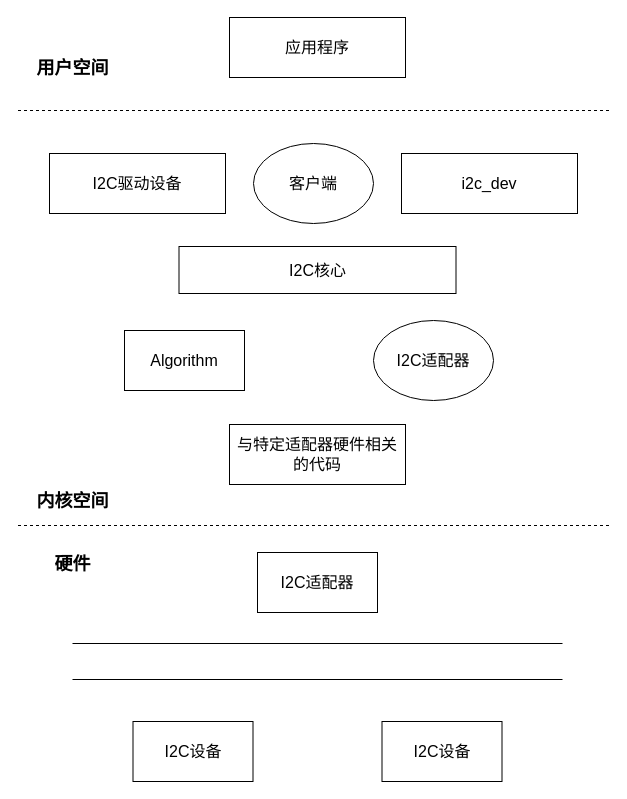
Before: img/Untitled Diagram.drawio in yangpo95/Images, a draw.io diagram. Source tidied: cells renumbered, new cells numbered last; positions are measured from the earlier drawing's top-left corner, leaving out a move shared by most shapes. Both pictures are drawn from the tidied source at 100%, with x=0, y=0 at pixel (17, 17).
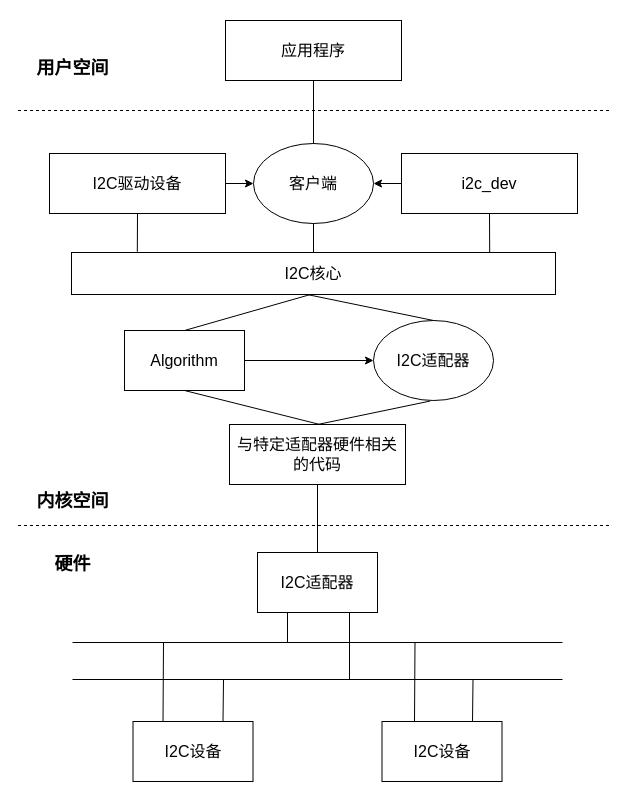
After the change.

Unchanged cells that the change refers to:
```xml
<mxCell id="4" value="&lt;font style=&quot;font-size: 16px&quot;&gt;客户端&lt;/font&gt;" style="ellipse;whiteSpace=wrap;html=1;" parent="1" vertex="1">
  <mxGeometry x="236" y="126" width="120" height="80" as="geometry" />
</mxCell>
<mxCell id="5" value="&lt;font style=&quot;font-size: 16px&quot;&gt;I2C驱动设备&lt;/font&gt;" style="rounded=0;whiteSpace=wrap;html=1;" parent="1" vertex="1">
  <mxGeometry x="32" y="136" width="176" height="60" as="geometry" />
</mxCell>
<mxCell id="6" value="&lt;font style=&quot;font-size: 16px&quot;&gt;i2c_dev&lt;/font&gt;" style="rounded=0;whiteSpace=wrap;html=1;" parent="1" vertex="1">
  <mxGeometry x="384" y="136" width="176" height="60" as="geometry" />
</mxCell>
<mxCell id="8" value="&lt;font style=&quot;font-size: 16px&quot;&gt;Algorithm&lt;/font&gt;" style="rounded=0;whiteSpace=wrap;html=1;" parent="1" vertex="1">
  <mxGeometry x="107" y="313" width="120" height="60" as="geometry" />
</mxCell>
<mxCell id="9" value="&lt;font style=&quot;font-size: 16px&quot;&gt;I2C适配器&lt;/font&gt;" style="ellipse;whiteSpace=wrap;html=1;" parent="1" vertex="1">
  <mxGeometry x="356" y="303" width="120" height="80" as="geometry" />
</mxCell>
<mxCell id="10" value="&lt;font style=&quot;font-size: 16px&quot;&gt;与特定适配器硬件相关的代码&lt;/font&gt;" style="rounded=0;whiteSpace=wrap;html=1;" parent="1" vertex="1">
  <mxGeometry x="212" y="407" width="176" height="60" as="geometry" />
</mxCell>
<mxCell id="12" value="&lt;font style=&quot;font-size: 16px&quot;&gt;I2C适配器&lt;/font&gt;" style="rounded=0;whiteSpace=wrap;html=1;" parent="1" vertex="1">
  <mxGeometry x="240" y="535" width="120" height="60" as="geometry" />
</mxCell>
<mxCell id="13" value="&lt;font style=&quot;font-size: 16px&quot;&gt;I2C设备&lt;/font&gt;" style="rounded=0;whiteSpace=wrap;html=1;" parent="1" vertex="1">
  <mxGeometry x="115.5" y="704" width="120" height="60" as="geometry" />
</mxCell>
```

Diff of the diagram source:
```diff
@@
     <mxCell id="2" value="&lt;font style=&quot;font-size: 16px&quot;&gt;应用程序&lt;/font&gt;" style="rounded=0;whiteSpace=wrap;html=1;" parent="1" vertex="1">
-      <mxGeometry x="212" width="176" height="60" as="geometry" />
+      <mxGeometry x="208" y="3" width="176" height="60" as="geometry" />
     </mxCell>
@@
+    <mxCell id="20" style="edgeStyle=orthogonalEdgeStyle;rounded=0;jettySize=auto;html=1;" parent="1" edge="1" source="5" target="4">
+      <mxGeometry relative="1" as="geometry" />
+    </mxCell>
@@
+    <mxCell id="21" style="edgeStyle=orthogonalEdgeStyle;rounded=0;jettySize=auto;html=1;" parent="1" edge="1" source="6" target="4">
+      <mxGeometry relative="1" as="geometry" />
+    </mxCell>
@@
     <mxCell id="7" value="&lt;font style=&quot;font-size: 16px&quot;&gt;I2C核心&lt;/font&gt;" style="rounded=0;whiteSpace=wrap;html=1;" parent="1" vertex="1">
-      <mxGeometry x="161.5" y="229" width="277" height="47" as="geometry" />
+      <mxGeometry x="54" y="235" width="484" height="42" as="geometry" />
     </mxCell>
+    <mxCell id="22" style="edgeStyle=orthogonalEdgeStyle;rounded=0;jettySize=auto;html=1;entryX=0;entryY=0.5;entryDx=0;entryDy=0;" parent="1" edge="1" source="8" target="9">
+      <mxGeometry relative="1" as="geometry" />
+    </mxCell>
@@
     <mxCell id="16" style="endArrow=none;html=1;" parent="1" edge="1">
       <mxGeometry relative="1" as="geometry">
-        <mxPoint x="55" y="626" as="sourcePoint" />
-        <mxPoint x="545" y="626" as="targetPoint" />
+        <mxPoint x="55" y="625" as="sourcePoint" />
+        <mxPoint x="545" y="625" as="targetPoint" />
       </mxGeometry>
     </mxCell>
@@
+    <mxCell id="23" style="endArrow=none;html=1;entryX=0.5;entryY=1;entryDx=0;entryDy=0;exitX=0.5;exitY=0;exitDx=0;exitDy=0;" parent="1" edge="1" source="4" target="2">
+      <mxGeometry relative="1" as="geometry" />
+    </mxCell>
+    <mxCell id="24" style="endArrow=none;html=1;entryX=0.5;entryY=1;entryDx=0;entryDy=0;exitX=0.5;exitY=0;exitDx=0;exitDy=0;" parent="1" edge="1" source="7" target="4">
+      <mxGeometry relative="1" as="geometry" />
+    </mxCell>
+    <mxCell id="25" style="endArrow=none;html=1;entryX=0.5;entryY=1;entryDx=0;entryDy=0;exitX=0.864;exitY=-0.006;exitDx=0;exitDy=0;exitPerimeter=0;" parent="1" edge="1" source="7" target="6">
+      <mxGeometry relative="1" as="geometry" />
+    </mxCell>
+    <mxCell id="26" style="endArrow=none;html=1;entryX=0.5;entryY=1;entryDx=0;entryDy=0;exitX=0.136;exitY=-0.018;exitDx=0;exitDy=0;exitPerimeter=0;" parent="1" edge="1" source="7" target="5">
+      <mxGeometry relative="1" as="geometry" />
+    </mxCell>
+    <mxCell id="27" style="endArrow=none;html=1;exitX=0.5;exitY=0;exitDx=0;exitDy=0;" parent="1" edge="1" source="8">
+      <mxGeometry relative="1" as="geometry">
+        <mxPoint x="293" y="277" as="targetPoint" />
+      </mxGeometry>
+    </mxCell>
+    <mxCell id="28" style="endArrow=none;html=1;exitX=0.49;exitY=1.008;exitDx=0;exitDy=0;exitPerimeter=0;entryX=0.5;entryY=0;entryDx=0;entryDy=0;" parent="1" edge="1" source="7" target="9">
+      <mxGeometry relative="1" as="geometry" />
+    </mxCell>
+    <mxCell id="29" style="endArrow=none;html=1;exitX=0.5;exitY=0;exitDx=0;exitDy=0;entryX=0.472;entryY=1.007;entryDx=0;entryDy=0;entryPerimeter=0;" parent="1" edge="1" source="10" target="9">
+      <mxGeometry relative="1" as="geometry" />
+    </mxCell>
+    <mxCell id="30" style="endArrow=none;html=1;exitX=0.511;exitY=-0.002;exitDx=0;exitDy=0;exitPerimeter=0;entryX=0.5;entryY=1;entryDx=0;entryDy=0;" parent="1" edge="1" source="10" target="8">
+      <mxGeometry relative="1" as="geometry" />
+    </mxCell>
+    <mxCell id="31" style="endArrow=none;html=1;entryX=0.5;entryY=1;entryDx=0;entryDy=0;exitX=0.5;exitY=0;exitDx=0;exitDy=0;" parent="1" edge="1" source="12" target="10">
+      <mxGeometry relative="1" as="geometry" />
+    </mxCell>
+    <mxCell id="32" style="endArrow=none;html=1;entryX=0.25;entryY=1;entryDx=0;entryDy=0;" parent="1" edge="1" target="12">
+      <mxGeometry relative="1" as="geometry">
+        <mxPoint x="270" y="625" as="sourcePoint" />
+      </mxGeometry>
+    </mxCell>
+    <mxCell id="33" style="endArrow=none;html=1;entryX=0.25;entryY=1;entryDx=0;entryDy=0;" parent="1" edge="1">
+      <mxGeometry relative="1" as="geometry">
+        <mxPoint x="332" y="662" as="sourcePoint" />
+        <mxPoint x="332" y="595" as="targetPoint" />
+      </mxGeometry>
+    </mxCell>
+    <mxCell id="34" style="endArrow=none;html=1;exitX=0.25;exitY=0;exitDx=0;exitDy=0;" parent="1" edge="1" source="13">
+      <mxGeometry relative="1" as="geometry">
+        <mxPoint x="146" y="625" as="targetPoint" />
+      </mxGeometry>
+    </mxCell>
+    <mxCell id="35" style="endArrow=none;html=1;entryX=0.75;entryY=0;entryDx=0;entryDy=0;" parent="1" edge="1" target="13">
+      <mxGeometry relative="1" as="geometry">
+        <mxPoint x="206" y="662" as="sourcePoint" />
+      </mxGeometry>
+    </mxCell>
+    <mxCell id="36" style="endArrow=none;html=1;exitX=0.25;exitY=0;exitDx=0;exitDy=0;" parent="1" edge="1">
+      <mxGeometry relative="1" as="geometry">
+        <mxPoint x="397" y="704" as="sourcePoint" />
+        <mxPoint x="397.5" y="625" as="targetPoint" />
+      </mxGeometry>
+    </mxCell>
+    <mxCell id="37" style="endArrow=none;html=1;entryX=0.75;entryY=0;entryDx=0;entryDy=0;" parent="1" edge="1">
+      <mxGeometry relative="1" as="geometry">
+        <mxPoint x="455.5" y="662" as="sourcePoint" />
+        <mxPoint x="455" y="704" as="targetPoint" />
+      </mxGeometry>
+    </mxCell>
```
